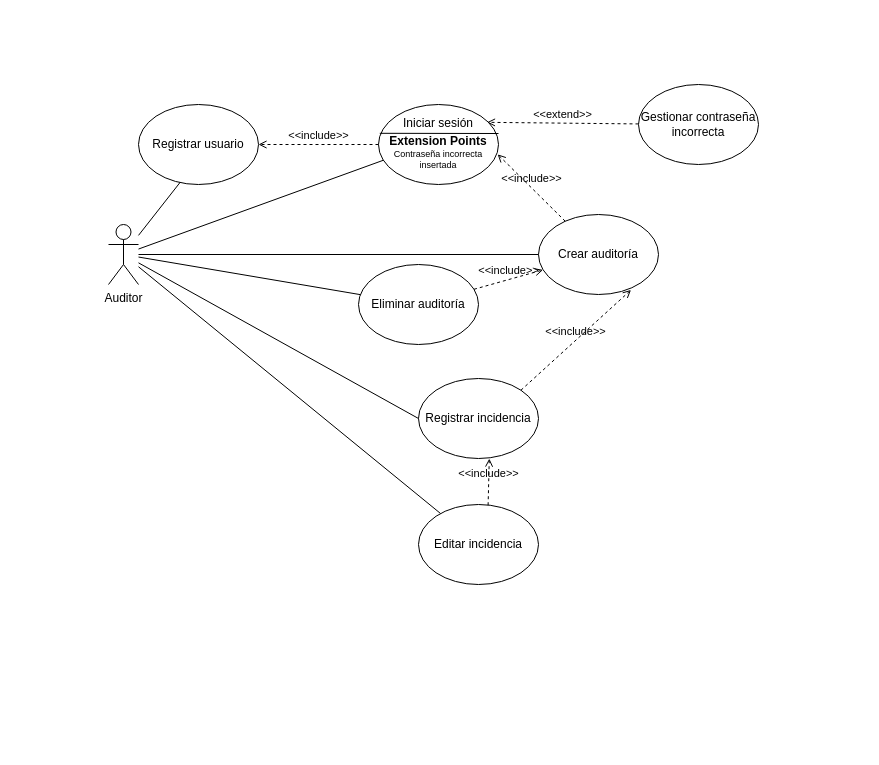
The draw.io diagram page "Completo" (3 of 3) of useCases.drawio in Carrivax/diagrams, before the edit. Source tidied: cells renumbered, new cells numbered last; positions are measured from the earlier drawing's top-left corner, leaving out a move shared by most shapes. Both pictures are drawn from the tidied source at 100%, with x=0, y=0 at pixel (108, 84).
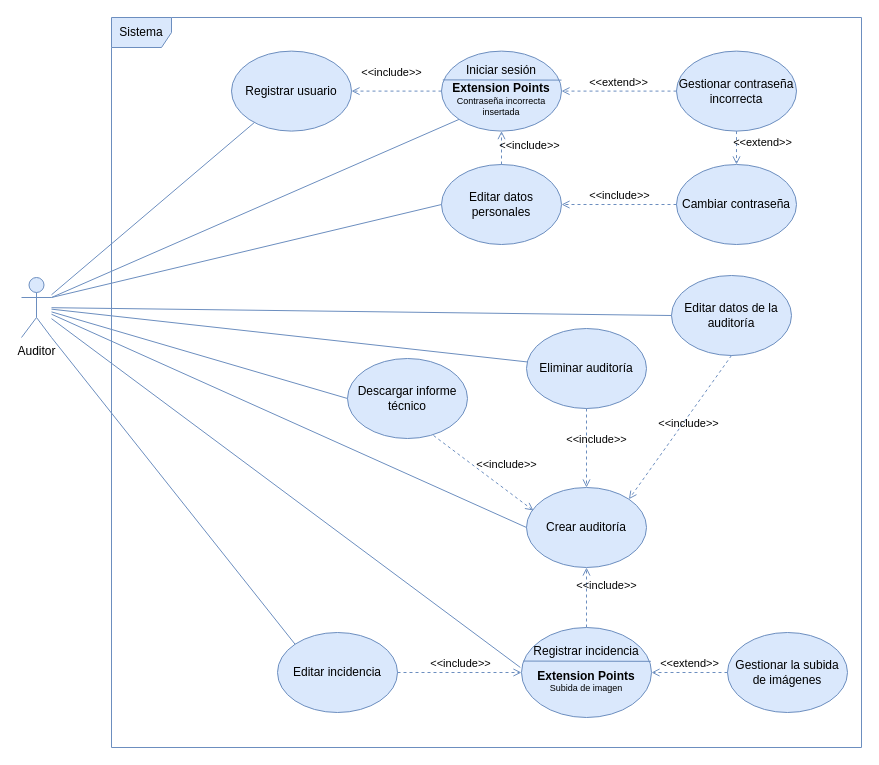
The same diagram, later.

What changed in the source:
```diff
@@
+    <mxCell id="25" value="Sistema" style="shape=umlFrame;whiteSpace=wrap;html=1;fillColor=#dae8fc;strokeColor=#6c8ebf;" parent="1" vertex="1">
+      <mxGeometry x="3" y="-67" width="750" height="730" as="geometry" />
+    </mxCell>
+    <mxCell id="26" style="group;" parent="1" vertex="1">
+      <mxGeometry x="333" y="-33.4" width="120" height="80" as="geometry" />
+    </mxCell>
+    <mxCell id="15" value="&lt;div&gt;Iniciar sesión&lt;/div&gt;&lt;div&gt;&lt;br&gt;&lt;/div&gt;&lt;div&gt;&lt;br&gt;&lt;/div&gt;&lt;div&gt;&lt;br&gt;&lt;/div&gt;" style="ellipse;whiteSpace=wrap;html=1;fillColor=#dae8fc;strokeColor=#6c8ebf;" parent="26" vertex="1">
+      <mxGeometry width="120" height="80" as="geometry" />
+    </mxCell>
+    <mxCell id="27" style="endArrow=none;html=1;exitX=0.011;exitY=0.348;exitDx=0;exitDy=0;exitPerimeter=0;fillColor=#dae8fc;strokeColor=#6c8ebf;" parent="26" edge="1">
+      <mxGeometry relative="1" as="geometry">
+        <mxPoint x="1.3" y="28.8" as="sourcePoint" />
+        <mxPoint x="120" y="29" as="targetPoint" />
+      </mxGeometry>
+    </mxCell>
+    <mxCell id="17" value="&lt;div&gt;&lt;b&gt;Extension Points&lt;/b&gt;&lt;/div&gt;&lt;div style=&quot;font-size: 9px&quot;&gt;Contraseña incorrecta insertada&lt;b&gt;&lt;br&gt;&lt;/b&gt;&lt;/div&gt;&lt;div&gt;&lt;b&gt;&lt;br&gt;&lt;/b&gt;&lt;/div&gt;" style="text;html=1;align=center;verticalAlign=middle;whiteSpace=wrap;rounded=0;" parent="26" vertex="1">
+      <mxGeometry x="10" y="30" width="100" height="50" as="geometry" />
+    </mxCell>
+    <mxCell id="18" value="Gestionar contraseña incorrecta" style="ellipse;whiteSpace=wrap;html=1;fillColor=#dae8fc;strokeColor=#6c8ebf;" parent="1" vertex="1">
+      <mxGeometry x="568" y="-33.4" width="120" height="80" as="geometry" />
+    </mxCell>
+    <mxCell id="19" value="&amp;lt;&amp;lt;extend&amp;gt;&amp;gt;" style="html=1;verticalAlign=bottom;labelBackgroundColor=none;endArrow=open;endFill=0;dashed=1;entryX=1;entryY=0.5;entryDx=0;entryDy=0;fillColor=#dae8fc;strokeColor=#6c8ebf;" parent="1" edge="1" source="18" target="15">
+      <mxGeometry x="0.01" relative="1" as="geometry" />
+    </mxCell>
+    <mxCell id="21" style="endArrow=none;html=1;entryX=0;entryY=1;entryDx=0;entryDy=0;fillColor=#dae8fc;strokeColor=#6c8ebf;exitX=1;exitY=0.3333333333333333;exitDx=0;exitDy=0;exitPerimeter=0;" parent="1" edge="1" source="2" target="15">
+      <mxGeometry relative="1" as="geometry" />
+    </mxCell>
+    <mxCell id="22" value="Registrar usuario" style="ellipse;whiteSpace=wrap;html=1;fillColor=#dae8fc;strokeColor=#6c8ebf;" parent="1" vertex="1">
+      <mxGeometry x="123" y="-33.4" width="120" height="80" as="geometry" />
+    </mxCell>
+    <mxCell id="23" style="endArrow=none;html=1;fillColor=#dae8fc;strokeColor=#6c8ebf;" parent="1" edge="1" source="2" target="22">
+      <mxGeometry relative="1" as="geometry" />
+    </mxCell>
+    <mxCell id="24" value="&amp;lt;&amp;lt;include&amp;gt;&amp;gt;" style="html=1;verticalAlign=bottom;labelBackgroundColor=none;endArrow=open;endFill=0;dashed=1;entryX=1;entryY=0.5;entryDx=0;entryDy=0;fillColor=#dae8fc;strokeColor=#6c8ebf;" parent="1" edge="1" source="15" target="22">
+      <mxGeometry x="0.11" y="-10" relative="1" as="geometry" />
+    </mxCell>
+    <mxCell id="28" value="&lt;div&gt;Editar datos&lt;/div&gt;&lt;div&gt;personales&lt;br&gt;&lt;/div&gt;" style="ellipse;whiteSpace=wrap;html=1;fillColor=#dae8fc;strokeColor=#6c8ebf;" parent="1" vertex="1">
+      <mxGeometry x="333" y="80" width="120" height="80" as="geometry" />
+    </mxCell>
+    <mxCell id="29" style="endArrow=none;html=1;entryX=0;entryY=0.5;entryDx=0;entryDy=0;fillColor=#dae8fc;strokeColor=#6c8ebf;exitX=1;exitY=0.3333333333333333;exitDx=0;exitDy=0;exitPerimeter=0;" parent="1" edge="1" source="2" target="28">
+      <mxGeometry relative="1" as="geometry" />
+    </mxCell>
+    <mxCell id="30" value="&amp;lt;&amp;lt;extend&amp;gt;&amp;gt;" style="html=1;verticalAlign=bottom;labelBackgroundColor=none;endArrow=open;endFill=0;dashed=1;fillColor=#dae8fc;strokeColor=#6c8ebf;exitX=0.5;exitY=1;exitDx=0;exitDy=0;entryX=0.5;entryY=0;entryDx=0;entryDy=0;" parent="1" edge="1" source="18" target="31">
+      <mxGeometry x="0.22" y="26" relative="1" as="geometry" />
+    </mxCell>
+    <mxCell id="31" value="Cambiar contraseña" style="ellipse;whiteSpace=wrap;html=1;fillColor=#dae8fc;strokeColor=#6c8ebf;" parent="1" vertex="1">
+      <mxGeometry x="568" y="80" width="120" height="80" as="geometry" />
+    </mxCell>
+    <mxCell id="32" value="&amp;lt;&amp;lt;include&amp;gt;&amp;gt;" style="html=1;verticalAlign=bottom;labelBackgroundColor=none;endArrow=open;endFill=0;dashed=1;entryX=1;entryY=0.5;entryDx=0;entryDy=0;fillColor=#dae8fc;strokeColor=#6c8ebf;exitX=0;exitY=0.5;exitDx=0;exitDy=0;" parent="1" edge="1" source="31" target="28">
+      <mxGeometry x="-0.01" relative="1" as="geometry" />
+    </mxCell>
+    <mxCell id="33" value="&amp;lt;&amp;lt;include&amp;gt;&amp;gt;" style="html=1;verticalAlign=bottom;labelBackgroundColor=none;endArrow=open;endFill=0;dashed=1;entryX=0.5;entryY=1;entryDx=0;entryDy=0;fillColor=#dae8fc;strokeColor=#6c8ebf;exitX=0.5;exitY=0;exitDx=0;exitDy=0;" parent="1" edge="1" source="28" target="17">
+      <mxGeometry x="-0.4" y="-28" relative="1" as="geometry" />
+    </mxCell>
-    <mxCell id="2" value="&lt;div&gt;Auditor&lt;/div&gt;&lt;div&gt;&lt;br&gt;&lt;/div&gt;" style="shape=umlActor;verticalLabelPosition=bottom;verticalAlign=top;html=1;outlineConnect=0;" parent="1" vertex="1">
-      <mxGeometry y="140" width="30" height="60" as="geometry" />
+    <mxCell id="2" value="&lt;div&gt;Auditor&lt;/div&gt;&lt;div&gt;&lt;br&gt;&lt;/div&gt;" style="shape=umlActor;verticalLabelPosition=bottom;verticalAlign=top;html=1;outlineConnect=0;fillColor=#dae8fc;strokeColor=#6c8ebf;" parent="1" vertex="1">
+      <mxGeometry x="-87" y="193" width="30" height="60" as="geometry" />
     </mxCell>
-    <mxCell id="3" value="Crear auditoría" style="ellipse;whiteSpace=wrap;html=1;" parent="1" vertex="1">
-      <mxGeometry x="430" y="130" width="120" height="80" as="geometry" />
+    <mxCell id="3" value="Crear auditoría" style="ellipse;whiteSpace=wrap;html=1;fillColor=#dae8fc;strokeColor=#6c8ebf;" parent="1" vertex="1">
+      <mxGeometry x="418" y="403" width="120" height="80" as="geometry" />
     </mxCell>
-    <mxCell id="4" style="endArrow=none;html=1;entryX=0;entryY=0.5;entryDx=0;entryDy=0;" parent="1" edge="1" source="2" target="3">
+    <mxCell id="4" style="endArrow=none;html=1;entryX=0;entryY=0.5;entryDx=0;entryDy=0;fillColor=#dae8fc;strokeColor=#6c8ebf;" parent="1" edge="1" source="2" target="3">
       <mxGeometry relative="1" as="geometry" />
     </mxCell>
-    <mxCell id="5" value="Registrar incidencia" style="ellipse;whiteSpace=wrap;html=1;" parent="1" vertex="1">
-      <mxGeometry x="310" y="294" width="120" height="80" as="geometry" />
-    </mxCell>
-    <mxCell id="6" value="&lt;div&gt;Editar incidencia&lt;/div&gt;" style="ellipse;whiteSpace=wrap;html=1;" parent="1" vertex="1">
-      <mxGeometry x="310" y="420" width="120" height="80" as="geometry" />
+    <mxCell id="6" value="&lt;div&gt;Editar incidencia&lt;/div&gt;" style="ellipse;whiteSpace=wrap;html=1;fillColor=#dae8fc;strokeColor=#6c8ebf;" parent="1" vertex="1">
+      <mxGeometry x="169" y="548" width="120" height="80" as="geometry" />
     </mxCell>
-    <mxCell id="7" style="endArrow=none;html=1;entryX=0;entryY=0.5;entryDx=0;entryDy=0;" parent="1" edge="1" source="2" target="5">
+    <mxCell id="7" style="endArrow=none;html=1;entryX=-0.009;entryY=0.444;entryDx=0;entryDy=0;entryPerimeter=0;fillColor=#dae8fc;strokeColor=#6c8ebf;" parent="1" edge="1" source="2" target="5">
       <mxGeometry relative="1" as="geometry" />
     </mxCell>
-    <mxCell id="8" style="endArrow=none;html=1;" parent="1" edge="1" source="2" target="6">
+    <mxCell id="8" style="endArrow=none;html=1;fillColor=#dae8fc;strokeColor=#6c8ebf;exitX=1;exitY=1;exitDx=0;exitDy=0;exitPerimeter=0;entryX=0;entryY=0;entryDx=0;entryDy=0;" parent="1" edge="1" source="2" target="6">
       <mxGeometry relative="1" as="geometry" />
     </mxCell>
-    <mxCell id="9" value="Eliminar auditoría" style="ellipse;whiteSpace=wrap;html=1;" parent="1" vertex="1">
-      <mxGeometry x="250" y="180" width="120" height="80" as="geometry" />
+    <mxCell id="9" value="Eliminar auditoría" style="ellipse;whiteSpace=wrap;html=1;fillColor=#dae8fc;strokeColor=#6c8ebf;" parent="1" vertex="1">
+      <mxGeometry x="418" y="244" width="120" height="80" as="geometry" />
     </mxCell>
-    <mxCell id="10" style="endArrow=none;html=1;" parent="1" edge="1" source="2" target="9">
+    <mxCell id="10" style="endArrow=none;html=1;fillColor=#dae8fc;strokeColor=#6c8ebf;" parent="1" edge="1" source="2" target="9">
       <mxGeometry relative="1" as="geometry" />
     </mxCell>
-    <mxCell id="11" value="&amp;lt;&amp;lt;include&amp;gt;&amp;gt;" style="html=1;verticalAlign=bottom;labelBackgroundColor=none;endArrow=open;endFill=0;dashed=1;" parent="1" edge="1" source="9" target="3">
-      <mxGeometry relative="1" as="geometry" />
+    <mxCell id="11" value="&amp;lt;&amp;lt;include&amp;gt;&amp;gt;" style="html=1;verticalAlign=bottom;labelBackgroundColor=none;endArrow=open;endFill=0;dashed=1;fillColor=#dae8fc;strokeColor=#6c8ebf;" parent="1" edge="1" source="9" target="3">
+      <mxGeometry y="10" relative="1" as="geometry" />
     </mxCell>
-    <mxCell id="12" value="&amp;lt;&amp;lt;include&amp;gt;&amp;gt;" style="html=1;verticalAlign=bottom;labelBackgroundColor=none;endArrow=open;endFill=0;dashed=1;entryX=0.771;entryY=0.943;entryDx=0;entryDy=0;entryPerimeter=0;exitX=1;exitY=0;exitDx=0;exitDy=0;" parent="1" edge="1" source="5" target="3">
-      <mxGeometry relative="1" as="geometry" />
+    <mxCell id="12" value="&amp;lt;&amp;lt;include&amp;gt;&amp;gt;" style="html=1;verticalAlign=bottom;labelBackgroundColor=none;endArrow=open;endFill=0;dashed=1;entryX=0.5;entryY=1;entryDx=0;entryDy=0;exitX=0.5;exitY=0;exitDx=0;exitDy=0;fillColor=#dae8fc;strokeColor=#6c8ebf;" parent="1" edge="1" source="5" target="3">
+      <mxGeometry x="0.11" y="-20" relative="1" as="geometry" />
     </mxCell>
-    <mxCell id="13" value="&amp;lt;&amp;lt;include&amp;gt;&amp;gt;" style="html=1;verticalAlign=bottom;labelBackgroundColor=none;endArrow=open;endFill=0;dashed=1;entryX=0.59;entryY=1.001;entryDx=0;entryDy=0;entryPerimeter=0;exitX=0.58;exitY=0.009;exitDx=0;exitDy=0;exitPerimeter=0;" parent="1" edge="1" source="6" target="5">
-      <mxGeometry relative="1" as="geometry" />
-    </mxCell>
-    <mxCell id="14" style="group;" parent="1" vertex="1">
-      <mxGeometry x="270" y="20" width="120" height="80" as="geometry" />
-    </mxCell>
-    <mxCell id="15" value="&lt;div&gt;Iniciar sesión&lt;/div&gt;&lt;div&gt;&lt;br&gt;&lt;/div&gt;&lt;div&gt;&lt;br&gt;&lt;/div&gt;&lt;div&gt;&lt;br&gt;&lt;/div&gt;" style="ellipse;whiteSpace=wrap;html=1;" parent="14" vertex="1">
-      <mxGeometry width="120" height="80" as="geometry" />
-    </mxCell>
-    <mxCell id="16" style="endArrow=none;html=1;exitX=0.011;exitY=0.348;exitDx=0;exitDy=0;exitPerimeter=0;" parent="14" edge="1">
-      <mxGeometry relative="1" as="geometry">
-        <mxPoint x="1.3" y="28.8" as="sourcePoint" />
-        <mxPoint x="120" y="29" as="targetPoint" />
-      </mxGeometry>
-    </mxCell>
-    <mxCell id="17" value="&lt;div&gt;&lt;b&gt;Extension Points&lt;/b&gt;&lt;/div&gt;&lt;div style=&quot;font-size: 9px&quot;&gt;Contraseña incorrecta insertada&lt;b&gt;&lt;br&gt;&lt;/b&gt;&lt;/div&gt;&lt;div&gt;&lt;b&gt;&lt;br&gt;&lt;/b&gt;&lt;/div&gt;" style="text;html=1;strokeColor=none;fillColor=none;align=center;verticalAlign=middle;whiteSpace=wrap;rounded=0;" parent="14" vertex="1">
-      <mxGeometry x="10" y="30" width="100" height="50" as="geometry" />
-    </mxCell>
-    <mxCell id="18" value="Gestionar contraseña incorrecta" style="ellipse;whiteSpace=wrap;html=1;" parent="1" vertex="1">
-      <mxGeometry x="530" width="120" height="80" as="geometry" />
-    </mxCell>
-    <mxCell id="19" value="&amp;lt;&amp;lt;extend&amp;gt;&amp;gt;" style="html=1;verticalAlign=bottom;labelBackgroundColor=none;endArrow=open;endFill=0;dashed=1;entryX=0.904;entryY=0.223;entryDx=0;entryDy=0;entryPerimeter=0;" parent="1" edge="1" source="18" target="15">
-      <mxGeometry relative="1" as="geometry" />
-    </mxCell>
-    <mxCell id="20" value="&amp;lt;&amp;lt;include&amp;gt;&amp;gt;" style="html=1;verticalAlign=bottom;labelBackgroundColor=none;endArrow=open;endFill=0;dashed=1;entryX=0.993;entryY=0.623;entryDx=0;entryDy=0;entryPerimeter=0;" parent="1" edge="1" source="3" target="15">
-      <mxGeometry relative="1" as="geometry" />
-    </mxCell>
-    <mxCell id="21" style="endArrow=none;html=1;entryX=0.042;entryY=0.696;entryDx=0;entryDy=0;entryPerimeter=0;" parent="1" edge="1" source="2" target="15">
-      <mxGeometry relative="1" as="geometry" />
-    </mxCell>
-    <mxCell id="22" value="Registrar usuario" style="ellipse;whiteSpace=wrap;html=1;" parent="1" vertex="1">
-      <mxGeometry x="30" y="20" width="120" height="80" as="geometry" />
-    </mxCell>
-    <mxCell id="23" style="endArrow=none;html=1;entryX=0.349;entryY=0.969;entryDx=0;entryDy=0;entryPerimeter=0;" parent="1" edge="1" source="2" target="22">
-      <mxGeometry relative="1" as="geometry" />
-    </mxCell>
-    <mxCell id="24" value="&amp;lt;&amp;lt;include&amp;gt;&amp;gt;" style="html=1;verticalAlign=bottom;labelBackgroundColor=none;endArrow=open;endFill=0;dashed=1;entryX=1;entryY=0.5;entryDx=0;entryDy=0;" parent="1" edge="1" source="15" target="22">
-      <mxGeometry relative="1" as="geometry" />
-    </mxCell>
+    <mxCell id="34" value="&amp;lt;&amp;lt;include&amp;gt;&amp;gt;" style="html=1;verticalAlign=bottom;labelBackgroundColor=none;endArrow=open;endFill=0;dashed=1;entryX=0;entryY=0.5;entryDx=0;entryDy=0;exitX=1;exitY=0.5;exitDx=0;exitDy=0;fillColor=#dae8fc;strokeColor=#6c8ebf;" parent="1" edge="1">
+      <mxGeometry x="0.02" relative="1" as="geometry">
+        <mxPoint x="289" y="588" as="sourcePoint" />
+        <mxPoint x="413" y="588" as="targetPoint" />
+      </mxGeometry>
+    </mxCell>
+    <mxCell id="35" value="Gestionar la subida de imágenes" style="ellipse;whiteSpace=wrap;html=1;fillColor=#dae8fc;strokeColor=#6c8ebf;" parent="1" vertex="1">
+      <mxGeometry x="619" y="548" width="120" height="80" as="geometry" />
+    </mxCell>
+    <mxCell id="36" value="&amp;lt;&amp;lt;extend&amp;gt;&amp;gt;" style="html=1;verticalAlign=bottom;labelBackgroundColor=none;endArrow=open;endFill=0;dashed=1;entryX=1;entryY=0.5;entryDx=0;entryDy=0;exitX=0;exitY=0.5;exitDx=0;exitDy=0;fillColor=#dae8fc;strokeColor=#6c8ebf;" parent="1" edge="1" source="35" target="5">
+      <mxGeometry relative="1" as="geometry" />
+    </mxCell>
+    <mxCell id="37" style="group;" parent="1" vertex="1">
+      <mxGeometry x="413" y="553" width="130" height="80" as="geometry" />
+    </mxCell>
+    <mxCell id="5" value="&lt;div&gt;Registrar incidencia&lt;/div&gt;&lt;div&gt;&lt;br&gt;&lt;/div&gt;&lt;div&gt;&lt;br&gt;&lt;/div&gt;&lt;div&gt;&lt;br&gt;&lt;/div&gt;" style="ellipse;whiteSpace=wrap;html=1;fillColor=#dae8fc;strokeColor=#6c8ebf;" parent="37" vertex="1">
+      <mxGeometry y="-10" width="130" height="90" as="geometry" />
+    </mxCell>
+    <mxCell id="38" style="endArrow=none;html=1;exitX=0.013;exitY=0.373;exitDx=0;exitDy=0;exitPerimeter=0;entryX=0.995;entryY=0.376;entryDx=0;entryDy=0;entryPerimeter=0;fillColor=#dae8fc;strokeColor=#6c8ebf;" parent="37" edge="1" source="5" target="5">
+      <mxGeometry relative="1" as="geometry" />
+    </mxCell>
+    <mxCell id="39" value="&lt;div&gt;&lt;b&gt;Extension Points&lt;/b&gt;&lt;/div&gt;&lt;div style=&quot;font-size: 9px&quot;&gt;Subida de imagen&lt;b&gt;&lt;br&gt;&lt;/b&gt;&lt;/div&gt;&lt;div&gt;&lt;b&gt;&lt;br&gt;&lt;/b&gt;&lt;/div&gt;" style="text;html=1;align=center;verticalAlign=middle;whiteSpace=wrap;rounded=0;" parent="37" vertex="1">
+      <mxGeometry x="15" y="26" width="100" height="50" as="geometry" />
+    </mxCell>
+    <mxCell id="40" value="Descargar informe técnico" style="ellipse;whiteSpace=wrap;html=1;fillColor=#dae8fc;strokeColor=#6c8ebf;" parent="1" vertex="1">
+      <mxGeometry x="239" y="274" width="120" height="80" as="geometry" />
+    </mxCell>
+    <mxCell id="41" style="endArrow=none;html=1;entryX=0;entryY=0.5;entryDx=0;entryDy=0;fillColor=#dae8fc;strokeColor=#6c8ebf;" parent="1" edge="1" source="2" target="40">
+      <mxGeometry relative="1" as="geometry" />
+    </mxCell>
+    <mxCell id="42" value="&amp;lt;&amp;lt;include&amp;gt;&amp;gt;" style="html=1;verticalAlign=bottom;labelBackgroundColor=none;endArrow=open;endFill=0;dashed=1;exitX=0.717;exitY=0.963;exitDx=0;exitDy=0;entryX=0.058;entryY=0.288;entryDx=0;entryDy=0;entryPerimeter=0;fillColor=#dae8fc;strokeColor=#6c8ebf;exitPerimeter=0;" parent="1" edge="1" source="40" target="3">
+      <mxGeometry x="0.3" y="13" relative="1" as="geometry" />
+    </mxCell>
+    <mxCell id="43" value="Editar datos de la auditoría" style="ellipse;whiteSpace=wrap;html=1;fillColor=#dae8fc;strokeColor=#6c8ebf;" parent="1" vertex="1">
+      <mxGeometry x="563" y="191" width="120" height="80" as="geometry" />
+    </mxCell>
+    <mxCell id="44" style="endArrow=none;html=1;fillColor=#dae8fc;strokeColor=#6c8ebf;entryX=0;entryY=0.5;entryDx=0;entryDy=0;" parent="1" edge="1" source="2" target="43">
+      <mxGeometry relative="1" as="geometry" />
+    </mxCell>
+    <mxCell id="45" value="&amp;lt;&amp;lt;include&amp;gt;&amp;gt;" style="html=1;verticalAlign=bottom;labelBackgroundColor=none;endArrow=open;endFill=0;dashed=1;fillColor=#dae8fc;strokeColor=#6c8ebf;entryX=1;entryY=0;entryDx=0;entryDy=0;exitX=0.5;exitY=1;exitDx=0;exitDy=0;" parent="1" edge="1" source="43" target="3">
+      <mxGeometry y="10" relative="1" as="geometry" />
+    </mxCell>
```
